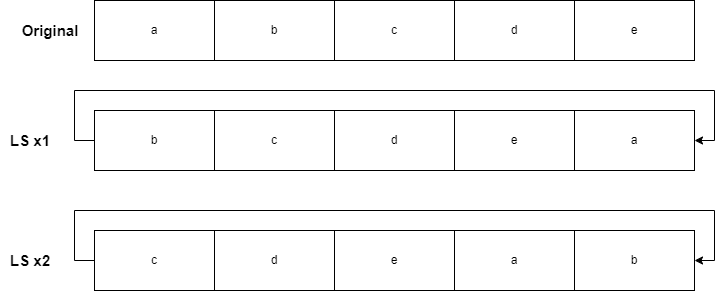
The draw.io diagram public/img/simpleDesPage/LS.png in hejzlzd1/EducrypterUHK, before a commit. Source tidied: cells renumbered, new cells last; positions are measured from the earlier drawing's top-left corner, leaving out a move shared by most shapes. Its diagram source:
```xml
<mxGraphModel>
  <root>
    <mxCell id="0" />
    <mxCell id="1" parent="0" />
    <mxCell id="2" value="&lt;font style=&quot;font-size: 15px;&quot;&gt;&lt;b&gt;LS x2&lt;/b&gt;&lt;/font&gt;" style="text;html=1;strokeColor=none;fillColor=none;align=center;verticalAlign=middle;whiteSpace=wrap;rounded=0;" parent="1" vertex="1">
      <mxGeometry y="245" width="60" height="30" as="geometry" />
    </mxCell>
    <mxCell id="3" value="&lt;font style=&quot;font-size: 15px;&quot;&gt;&lt;b&gt;LS x1&lt;/b&gt;&lt;/font&gt;" style="text;html=1;strokeColor=none;fillColor=none;align=center;verticalAlign=middle;whiteSpace=wrap;rounded=0;" parent="1" vertex="1">
      <mxGeometry y="125" width="60" height="30" as="geometry" />
    </mxCell>
    <mxCell id="4" style="edgeStyle=orthogonalEdgeStyle;rounded=0;jettySize=auto;html=1;exitX=0;exitY=0.5;exitDx=0;exitDy=0;entryX=1;entryY=0.5;entryDx=0;entryDy=0;" parent="1" edge="1" source="5" target="10">
      <mxGeometry relative="1" as="geometry" />
    </mxCell>
    <mxCell id="5" style="swimlane;startSize=0;" parent="1" vertex="1">
      <mxGeometry x="94" y="110" width="600" height="60" as="geometry" />
    </mxCell>
    <mxCell id="6" value="b" style="rounded=0;whiteSpace=wrap;html=1;" parent="5" vertex="1">
      <mxGeometry width="120" height="60" as="geometry" />
    </mxCell>
    <mxCell id="7" value="c" style="rounded=0;whiteSpace=wrap;html=1;" parent="5" vertex="1">
      <mxGeometry x="120" width="120" height="60" as="geometry" />
    </mxCell>
    <mxCell id="8" value="d" style="rounded=0;whiteSpace=wrap;html=1;" parent="5" vertex="1">
      <mxGeometry x="240" width="120" height="60" as="geometry" />
    </mxCell>
    <mxCell id="9" value="e" style="rounded=0;whiteSpace=wrap;html=1;" parent="5" vertex="1">
      <mxGeometry x="360" width="120" height="60" as="geometry" />
    </mxCell>
    <mxCell id="10" value="a" style="rounded=0;whiteSpace=wrap;html=1;" parent="1" vertex="1">
      <mxGeometry x="574" y="110" width="120" height="60" as="geometry" />
    </mxCell>
    <mxCell id="11" style="swimlane;startSize=0;" parent="1" vertex="1">
      <mxGeometry x="94" width="600" height="60" as="geometry" />
    </mxCell>
    <mxCell id="12" value="a" style="rounded=0;whiteSpace=wrap;html=1;" parent="11" vertex="1">
      <mxGeometry width="120" height="60" as="geometry" />
    </mxCell>
    <mxCell id="13" value="b" style="rounded=0;whiteSpace=wrap;html=1;" parent="11" vertex="1">
      <mxGeometry x="120" width="120" height="60" as="geometry" />
    </mxCell>
    <mxCell id="14" value="c" style="rounded=0;whiteSpace=wrap;html=1;" parent="11" vertex="1">
      <mxGeometry x="240" width="120" height="60" as="geometry" />
    </mxCell>
    <mxCell id="15" value="d" style="rounded=0;whiteSpace=wrap;html=1;" parent="11" vertex="1">
      <mxGeometry x="360" width="120" height="60" as="geometry" />
    </mxCell>
    <mxCell id="16" value="e" style="rounded=0;whiteSpace=wrap;html=1;" parent="1" vertex="1">
      <mxGeometry x="574" width="120" height="60" as="geometry" />
    </mxCell>
    <mxCell id="17" value="&lt;font style=&quot;font-size: 15px;&quot;&gt;&lt;b&gt;Original&lt;/b&gt;&lt;/font&gt;" style="text;html=1;strokeColor=none;fillColor=none;align=center;verticalAlign=middle;whiteSpace=wrap;rounded=0;" parent="1" vertex="1">
      <mxGeometry x="20" y="15" width="60" height="30" as="geometry" />
    </mxCell>
    <mxCell id="18" style="swimlane;startSize=0;" parent="1" vertex="1">
      <mxGeometry x="94" y="230" width="600" height="60" as="geometry" />
    </mxCell>
    <mxCell id="19" value="c" style="rounded=0;whiteSpace=wrap;html=1;" parent="18" vertex="1">
      <mxGeometry width="120" height="60" as="geometry" />
    </mxCell>
    <mxCell id="20" value="d" style="rounded=0;whiteSpace=wrap;html=1;" parent="18" vertex="1">
      <mxGeometry x="120" width="120" height="60" as="geometry" />
    </mxCell>
    <mxCell id="21" value="e" style="rounded=0;whiteSpace=wrap;html=1;" parent="18" vertex="1">
      <mxGeometry x="240" width="120" height="60" as="geometry" />
    </mxCell>
    <mxCell id="22" value="a" style="rounded=0;whiteSpace=wrap;html=1;" parent="18" vertex="1">
      <mxGeometry x="360" width="120" height="60" as="geometry" />
    </mxCell>
    <mxCell id="23" value="b" style="rounded=0;whiteSpace=wrap;html=1;" parent="1" vertex="1">
      <mxGeometry x="574" y="230" width="120" height="60" as="geometry" />
    </mxCell>
    <mxCell id="24" style="edgeStyle=orthogonalEdgeStyle;rounded=0;jettySize=auto;html=1;exitX=0;exitY=0.5;exitDx=0;exitDy=0;entryX=1;entryY=0.5;entryDx=0;entryDy=0;" parent="1" edge="1" source="19" target="23">
      <mxGeometry relative="1" as="geometry">
        <Array as="points">
          <mxPoint x="74" y="260" />
          <mxPoint x="74" y="210" />
          <mxPoint x="714" y="210" />
          <mxPoint x="714" y="260" />
        </Array>
      </mxGeometry>
    </mxCell>
  </root>
</mxGraphModel>
```
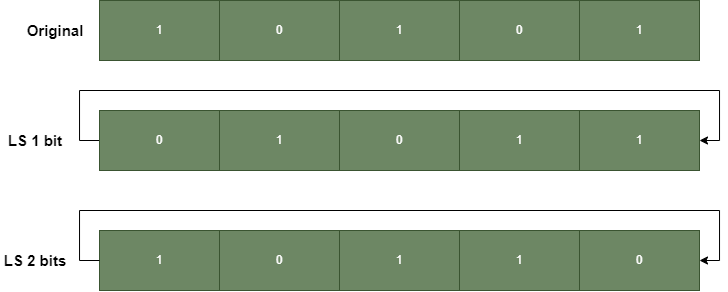
After the change.

Change to the diagram source:
```diff
@@ -2,49 +2,49 @@
   <root>
     <mxCell id="0" />
     <mxCell id="1" parent="0" />
-    <mxCell id="2" value="&lt;font style=&quot;font-size: 15px;&quot;&gt;&lt;b&gt;LS x2&lt;/b&gt;&lt;/font&gt;" style="text;html=1;strokeColor=none;fillColor=none;align=center;verticalAlign=middle;whiteSpace=wrap;rounded=0;" parent="1" vertex="1">
-      <mxGeometry y="245" width="60" height="30" as="geometry" />
+    <mxCell id="2" value="&lt;font style=&quot;font-size: 15px;&quot;&gt;&lt;b&gt;LS 2 bits&lt;/b&gt;&lt;/font&gt;" style="text;html=1;strokeColor=none;fillColor=none;align=center;verticalAlign=middle;whiteSpace=wrap;rounded=0;" parent="1" vertex="1">
+      <mxGeometry x="-5" y="245" width="70" height="30" as="geometry" />
     </mxCell>
-    <mxCell id="3" value="&lt;font style=&quot;font-size: 15px;&quot;&gt;&lt;b&gt;LS x1&lt;/b&gt;&lt;/font&gt;" style="text;html=1;strokeColor=none;fillColor=none;align=center;verticalAlign=middle;whiteSpace=wrap;rounded=0;" parent="1" vertex="1">
+    <mxCell id="3" value="&lt;font style=&quot;font-size: 15px;&quot;&gt;&lt;b&gt;LS 1 bit&lt;/b&gt;&lt;/font&gt;" style="text;html=1;strokeColor=none;fillColor=none;align=center;verticalAlign=middle;whiteSpace=wrap;rounded=0;" parent="1" vertex="1">
       <mxGeometry y="125" width="60" height="30" as="geometry" />
     </mxCell>
-    <mxCell id="4" style="edgeStyle=orthogonalEdgeStyle;rounded=0;jettySize=auto;html=1;exitX=0;exitY=0.5;exitDx=0;exitDy=0;entryX=1;entryY=0.5;entryDx=0;entryDy=0;" parent="1" edge="1" source="5" target="10">
+    <mxCell id="4" style="edgeStyle=orthogonalEdgeStyle;rounded=0;jettySize=auto;html=1;exitX=0;exitY=0.5;exitDx=0;exitDy=0;entryX=1;entryY=0.5;entryDx=0;entryDy=0;endArrow=classic;endFill=1;" parent="1" edge="1" source="5" target="10">
       <mxGeometry relative="1" as="geometry" />
     </mxCell>
     <mxCell id="5" style="swimlane;startSize=0;" parent="1" vertex="1">
       <mxGeometry x="94" y="110" width="600" height="60" as="geometry" />
     </mxCell>
-    <mxCell id="6" value="b" style="rounded=0;whiteSpace=wrap;html=1;" parent="5" vertex="1">
+    <mxCell id="6" value="0" style="rounded=0;whiteSpace=wrap;html=1;fillColor=#6d8764;fontColor=#ffffff;strokeColor=#3A5431;" parent="5" vertex="1">
       <mxGeometry width="120" height="60" as="geometry" />
     </mxCell>
-    <mxCell id="7" value="c" style="rounded=0;whiteSpace=wrap;html=1;" parent="5" vertex="1">
+    <mxCell id="7" value="1" style="rounded=0;whiteSpace=wrap;html=1;fillColor=#6d8764;fontColor=#ffffff;strokeColor=#3A5431;" parent="5" vertex="1">
       <mxGeometry x="120" width="120" height="60" as="geometry" />
     </mxCell>
-    <mxCell id="8" value="d" style="rounded=0;whiteSpace=wrap;html=1;" parent="5" vertex="1">
+    <mxCell id="8" value="0" style="rounded=0;whiteSpace=wrap;html=1;fillColor=#6d8764;fontColor=#ffffff;strokeColor=#3A5431;" parent="5" vertex="1">
       <mxGeometry x="240" width="120" height="60" as="geometry" />
     </mxCell>
-    <mxCell id="9" value="e" style="rounded=0;whiteSpace=wrap;html=1;" parent="5" vertex="1">
+    <mxCell id="9" value="1" style="rounded=0;whiteSpace=wrap;html=1;fillColor=#6d8764;fontColor=#ffffff;strokeColor=#3A5431;" parent="5" vertex="1">
       <mxGeometry x="360" width="120" height="60" as="geometry" />
     </mxCell>
-    <mxCell id="10" value="a" style="rounded=0;whiteSpace=wrap;html=1;" parent="1" vertex="1">
+    <mxCell id="10" value="1" style="rounded=0;whiteSpace=wrap;html=1;fillColor=#6d8764;fontColor=#ffffff;strokeColor=#3A5431;" parent="1" vertex="1">
       <mxGeometry x="574" y="110" width="120" height="60" as="geometry" />
     </mxCell>
     <mxCell id="11" style="swimlane;startSize=0;" parent="1" vertex="1">
       <mxGeometry x="94" width="600" height="60" as="geometry" />
     </mxCell>
-    <mxCell id="12" value="a" style="rounded=0;whiteSpace=wrap;html=1;" parent="11" vertex="1">
+    <mxCell id="12" value="1" style="rounded=0;whiteSpace=wrap;html=1;fillColor=#6d8764;fontColor=#ffffff;strokeColor=#3A5431;" parent="11" vertex="1">
       <mxGeometry width="120" height="60" as="geometry" />
     </mxCell>
-    <mxCell id="13" value="b" style="rounded=0;whiteSpace=wrap;html=1;" parent="11" vertex="1">
+    <mxCell id="13" value="0" style="rounded=0;whiteSpace=wrap;html=1;fillColor=#6d8764;fontColor=#ffffff;strokeColor=#3A5431;" parent="11" vertex="1">
       <mxGeometry x="120" width="120" height="60" as="geometry" />
     </mxCell>
-    <mxCell id="14" value="c" style="rounded=0;whiteSpace=wrap;html=1;" parent="11" vertex="1">
+    <mxCell id="14" value="1" style="rounded=0;whiteSpace=wrap;html=1;fillColor=#6d8764;fontColor=#ffffff;strokeColor=#3A5431;" parent="11" vertex="1">
       <mxGeometry x="240" width="120" height="60" as="geometry" />
     </mxCell>
-    <mxCell id="15" value="d" style="rounded=0;whiteSpace=wrap;html=1;" parent="11" vertex="1">
+    <mxCell id="15" value="0" style="rounded=0;whiteSpace=wrap;html=1;fillColor=#6d8764;fontColor=#ffffff;strokeColor=#3A5431;" parent="11" vertex="1">
       <mxGeometry x="360" width="120" height="60" as="geometry" />
     </mxCell>
-    <mxCell id="16" value="e" style="rounded=0;whiteSpace=wrap;html=1;" parent="1" vertex="1">
+    <mxCell id="16" value="1" style="rounded=0;whiteSpace=wrap;html=1;fillColor=#6d8764;fontColor=#ffffff;strokeColor=#3A5431;" parent="1" vertex="1">
       <mxGeometry x="574" width="120" height="60" as="geometry" />
     </mxCell>
     <mxCell id="17" value="&lt;font style=&quot;font-size: 15px;&quot;&gt;&lt;b&gt;Original&lt;/b&gt;&lt;/font&gt;" style="text;html=1;strokeColor=none;fillColor=none;align=center;verticalAlign=middle;whiteSpace=wrap;rounded=0;" parent="1" vertex="1">
@@ -53,19 +53,19 @@
     <mxCell id="18" style="swimlane;startSize=0;" parent="1" vertex="1">
       <mxGeometry x="94" y="230" width="600" height="60" as="geometry" />
     </mxCell>
-    <mxCell id="19" value="c" style="rounded=0;whiteSpace=wrap;html=1;" parent="18" vertex="1">
+    <mxCell id="19" value="1" style="rounded=0;whiteSpace=wrap;html=1;fillColor=#6d8764;fontColor=#ffffff;strokeColor=#3A5431;" parent="18" vertex="1">
       <mxGeometry width="120" height="60" as="geometry" />
     </mxCell>
-    <mxCell id="20" value="d" style="rounded=0;whiteSpace=wrap;html=1;" parent="18" vertex="1">
+    <mxCell id="20" value="0" style="rounded=0;whiteSpace=wrap;html=1;fillColor=#6d8764;fontColor=#ffffff;strokeColor=#3A5431;" parent="18" vertex="1">
       <mxGeometry x="120" width="120" height="60" as="geometry" />
     </mxCell>
-    <mxCell id="21" value="e" style="rounded=0;whiteSpace=wrap;html=1;" parent="18" vertex="1">
+    <mxCell id="21" value="1" style="rounded=0;whiteSpace=wrap;html=1;fillColor=#6d8764;fontColor=#ffffff;strokeColor=#3A5431;" parent="18" vertex="1">
       <mxGeometry x="240" width="120" height="60" as="geometry" />
     </mxCell>
-    <mxCell id="22" value="a" style="rounded=0;whiteSpace=wrap;html=1;" parent="18" vertex="1">
+    <mxCell id="22" value="1" style="rounded=0;whiteSpace=wrap;html=1;fillColor=#6d8764;fontColor=#ffffff;strokeColor=#3A5431;" parent="18" vertex="1">
       <mxGeometry x="360" width="120" height="60" as="geometry" />
     </mxCell>
-    <mxCell id="23" value="b" style="rounded=0;whiteSpace=wrap;html=1;" parent="1" vertex="1">
+    <mxCell id="23" value="0" style="rounded=0;whiteSpace=wrap;html=1;fillColor=#6d8764;fontColor=#ffffff;strokeColor=#3A5431;" parent="1" vertex="1">
       <mxGeometry x="574" y="230" width="120" height="60" as="geometry" />
     </mxCell>
     <mxCell id="24" style="edgeStyle=orthogonalEdgeStyle;rounded=0;jettySize=auto;html=1;exitX=0;exitY=0.5;exitDx=0;exitDy=0;entryX=1;entryY=0.5;entryDx=0;entryDy=0;" parent="1" edge="1" source="19" target="23">
```
